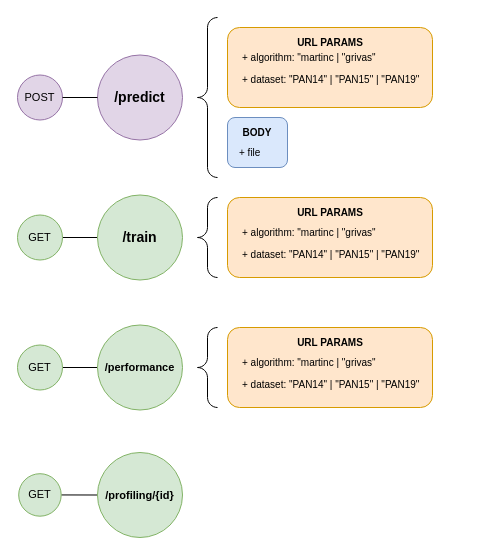
Earlier version of the draw.io diagram memoria/diagramas/endpoints.drawio (daavidrgz/ai-profiler). Source tidied: cells renumbered, new cells numbered last; positions are measured from the earlier drawing's top-left corner, leaving out a move shared by most shapes. Both pictures are drawn from the tidied source at 100%, with x=0, y=0 at pixel (17, 17).
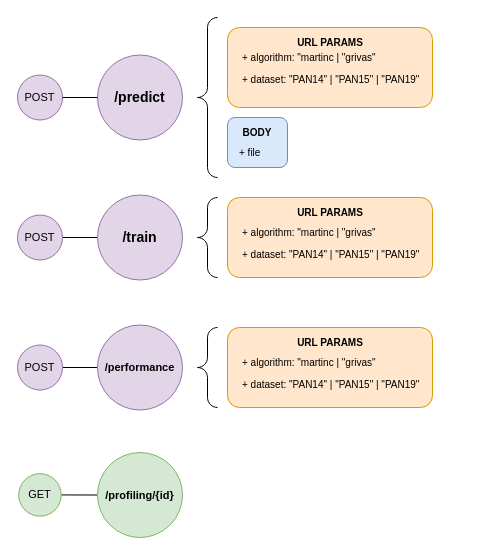
After the change.

The edit, as a diff of the source:
```diff
@@
-    <mxCell id="13" value="&lt;span style=&quot;font-size: 11px;&quot;&gt;GET&lt;/span&gt;" style="ellipse;whiteSpace=wrap;html=1;fillColor=#d5e8d4;strokeColor=#82b366;fontStyle=0;fontSize=11;" parent="1" vertex="1">
+    <mxCell id="13" value="POST" style="ellipse;whiteSpace=wrap;html=1;fillColor=#e1d5e7;strokeColor=#9673a6;fontStyle=0;fontSize=11;" parent="1" vertex="1">
       <mxGeometry y="197.5" width="45" height="45" as="geometry" />
     </mxCell>
@@
-    <mxCell id="15" value="/train" style="ellipse;whiteSpace=wrap;html=1;fontSize=14;fontStyle=1;fillColor=#d5e8d4;strokeColor=#82b366;" parent="1" vertex="1">
+    <mxCell id="15" value="/train" style="ellipse;whiteSpace=wrap;html=1;fontSize=14;fontStyle=1;fillColor=#e1d5e7;strokeColor=#9673a6;" parent="1" vertex="1">
       <mxGeometry x="80" y="177.5" width="85" height="85" as="geometry" />
     </mxCell>
@@
-    <mxCell id="20" value="&lt;span style=&quot;font-size: 11px;&quot;&gt;GET&lt;/span&gt;" style="ellipse;whiteSpace=wrap;html=1;fillColor=#d5e8d4;strokeColor=#82b366;fontStyle=0;fontSize=11;" parent="1" vertex="1">
+    <mxCell id="20" value="POST" style="ellipse;whiteSpace=wrap;html=1;fillColor=#e1d5e7;strokeColor=#9673a6;fontStyle=0;fontSize=11;" parent="1" vertex="1">
       <mxGeometry y="327.5" width="45" height="45" as="geometry" />
     </mxCell>
-    <mxCell id="21" value="/performance" style="ellipse;whiteSpace=wrap;html=1;fontSize=11;fontStyle=1;fillColor=#d5e8d4;strokeColor=#82b366;" parent="1" vertex="1">
+    <mxCell id="21" value="/performance" style="ellipse;whiteSpace=wrap;html=1;fontSize=11;fontStyle=1;fillColor=#e1d5e7;strokeColor=#9673a6;" parent="1" vertex="1">
       <mxGeometry x="80" y="307.5" width="85" height="85" as="geometry" />
     </mxCell>
```
